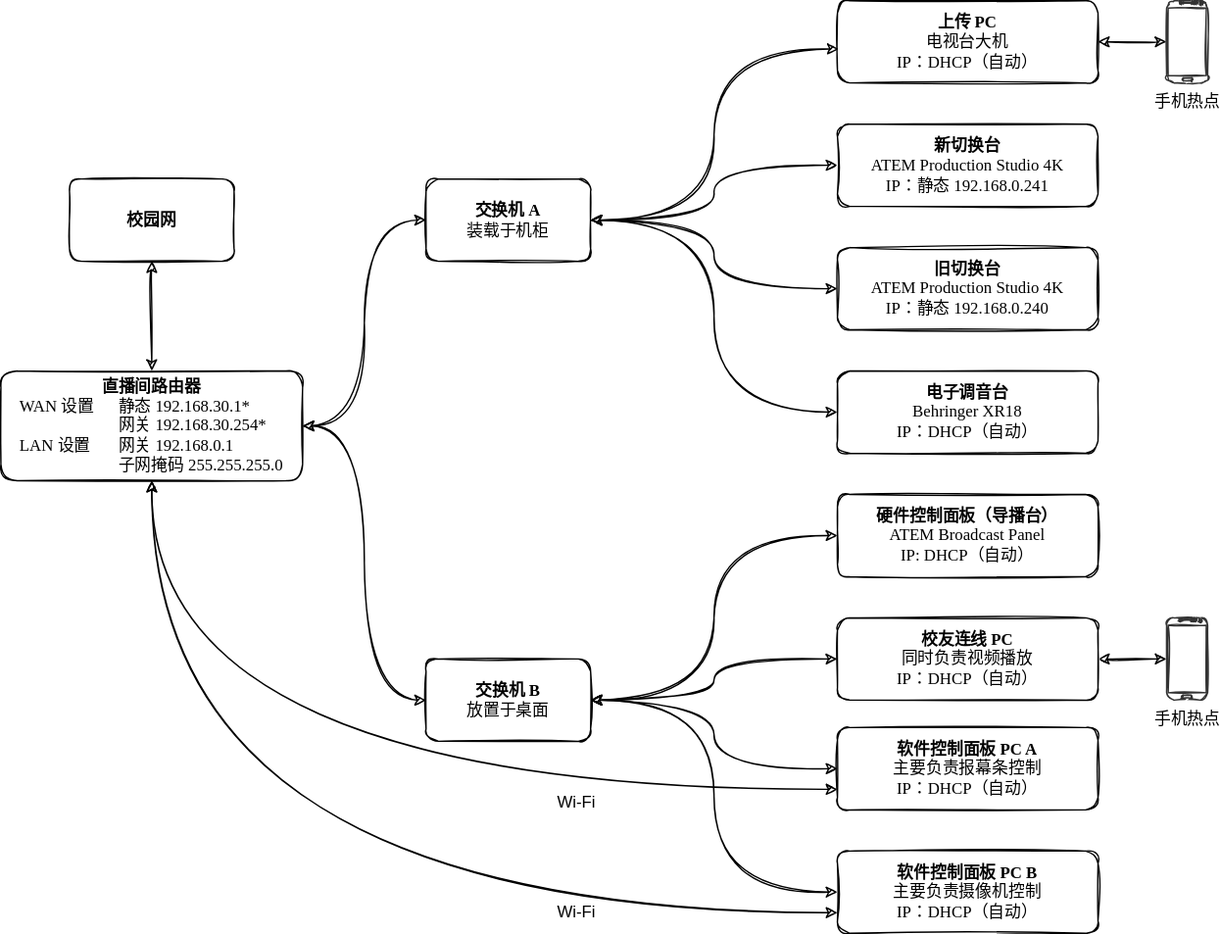
The draw.io diagram docs/diagrams/直播间网络设备连线 - 建议.svg in xiaoxuan010/HFLive-Technical-Document-2021, before a commit. Source tidied: cells renumbered, new cells last; positions are measured from the earlier drawing's top-left corner, leaving out a move shared by most shapes.
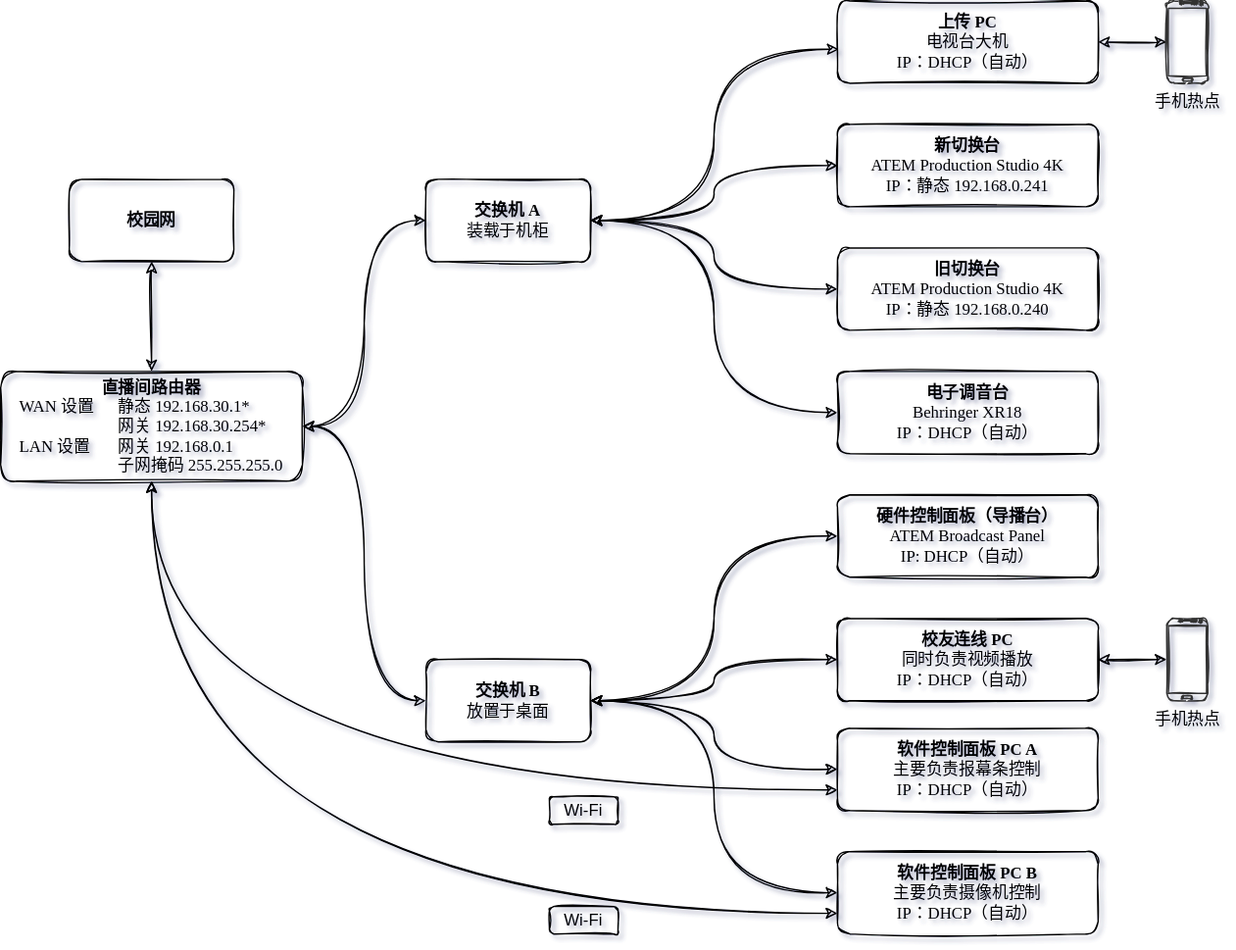
After the change.

Change to the diagram source:
```diff
@@ -1,4 +1,4 @@
-<mxGraphModel>
+<mxGraphModel shadow="1">
   <root>
     <mxCell id="0" />
     <mxCell id="1" parent="0" />
@@ -8,7 +8,7 @@
     <mxCell id="3" style="edgeStyle=orthogonalEdgeStyle;rounded=1;sketch=1;jettySize=auto;html=1;shadow=0;fontFamily=思源宋体,serif;startArrow=classic;startFill=1;entryX=0;entryY=0.5;entryDx=0;entryDy=0;curved=1;" parent="1" edge="1" source="4" target="16">
       <mxGeometry relative="1" as="geometry" />
     </mxCell>
-    <mxCell id="4" value="&lt;b&gt;直播间路由器&lt;/b&gt;&lt;br&gt;&lt;div style=&quot;text-align: left&quot;&gt;WAN 设置&lt;span style=&quot;white-space: pre&quot;&gt;&#9;&lt;/span&gt;静态 192.168.30.1*&lt;/div&gt;&lt;div style=&quot;text-align: left&quot;&gt;&lt;span style=&quot;white-space: pre&quot;&gt;&#9;&lt;/span&gt;&lt;span style=&quot;white-space: pre&quot;&gt;&#9;&lt;/span&gt;&lt;span style=&quot;white-space: pre&quot;&gt;&#9;&lt;/span&gt;网关 192.168.30.254*&lt;/div&gt;&lt;div style=&quot;text-align: left&quot;&gt;&lt;span&gt;LAN 设置&lt;/span&gt;&lt;span style=&quot;white-space: pre&quot;&gt;&#9;&lt;/span&gt;&lt;span&gt;网关 192.168.0.1&lt;/span&gt;&lt;/div&gt;&lt;span style=&quot;white-space: pre&quot;&gt;&lt;div style=&quot;text-align: left&quot;&gt;&lt;span&gt;&#9;&lt;/span&gt;&lt;span&gt;&#9;&lt;span style=&quot;white-space: pre&quot;&gt;&#9;&lt;/span&gt;&lt;/span&gt;&lt;span style=&quot;white-space: normal&quot;&gt;子网掩码 255.255.255.0&lt;/span&gt;&lt;/div&gt;&lt;/span&gt;" style="rounded=1;whiteSpace=wrap;html=1;sketch=1;fontFamily=思源宋体,serif;" parent="1" vertex="1">
+    <mxCell id="4" value="&lt;b&gt;直播间路由器&lt;/b&gt;&lt;br&gt;&lt;div style=&quot;text-align: left&quot;&gt;WAN 设置&lt;span style=&quot;white-space: pre&quot;&gt;&#9;&lt;/span&gt;静态 192.168.30.1*&lt;/div&gt;&lt;div style=&quot;text-align: left&quot;&gt;&lt;span style=&quot;white-space: pre&quot;&gt;&#9;&lt;/span&gt;&lt;span style=&quot;white-space: pre&quot;&gt;&#9;&lt;/span&gt;&lt;span style=&quot;white-space: pre&quot;&gt;&#9;&lt;/span&gt;网关 192.168.30.254*&lt;/div&gt;&lt;div style=&quot;text-align: left&quot;&gt;&lt;span&gt;LAN 设置&lt;/span&gt;&lt;span style=&quot;white-space: pre&quot;&gt;&#9;&lt;/span&gt;&lt;span&gt;网关 192.168.0.1&lt;/span&gt;&lt;/div&gt;&lt;span style=&quot;white-space: pre&quot;&gt;&lt;div style=&quot;text-align: left&quot;&gt;&lt;span&gt;&#9;&lt;/span&gt;&lt;span&gt;&#9;&lt;span style=&quot;white-space: pre&quot;&gt;&#9;&lt;/span&gt;&lt;/span&gt;&lt;span style=&quot;white-space: normal&quot;&gt;子网掩码 255.255.255.0&lt;/span&gt;&lt;/div&gt;&lt;/span&gt;" style="rounded=1;whiteSpace=wrap;html=1;sketch=1;fontFamily=思源宋体,serif;fillColor=none;" parent="1" vertex="1">
       <mxGeometry y="270" width="220" height="80" as="geometry" />
     </mxCell>
     <mxCell id="5" style="edgeStyle=orthogonalEdgeStyle;rounded=1;sketch=1;jettySize=auto;html=1;shadow=0;fontFamily=思源宋体,serif;startArrow=classic;startFill=1;entryX=0;entryY=0.5;entryDx=0;entryDy=0;curved=1;" parent="1" edge="1" source="8" target="11">
@@ -20,34 +20,34 @@
     <mxCell id="7" style="edgeStyle=orthogonalEdgeStyle;rounded=1;sketch=1;jettySize=auto;html=1;entryX=0;entryY=0.5;entryDx=0;entryDy=0;shadow=0;fontFamily=思源宋体,serif;startArrow=classic;startFill=1;strokeColor=default;elbow=vertical;exitX=1;exitY=0.5;exitDx=0;exitDy=0;curved=1;" parent="1" edge="1" source="8" target="27">
       <mxGeometry relative="1" as="geometry" />
     </mxCell>
-    <mxCell id="8" value="&lt;b&gt;交换机 A&lt;/b&gt;&lt;br&gt;装载于机柜" style="rounded=1;whiteSpace=wrap;html=1;sketch=1;fontFamily=思源宋体,serif;" parent="1" vertex="1">
+    <mxCell id="8" value="&lt;b&gt;交换机 A&lt;/b&gt;&lt;br&gt;装载于机柜" style="rounded=1;whiteSpace=wrap;html=1;sketch=1;fontFamily=思源宋体,serif;fillColor=none;" parent="1" vertex="1">
       <mxGeometry x="310" y="130" width="120" height="60" as="geometry" />
     </mxCell>
     <mxCell id="9" style="edgeStyle=orthogonalEdgeStyle;rounded=1;sketch=1;jettySize=auto;html=1;fontFamily=思源宋体,serif;shadow=0;backgroundOutline=0;orthogonal=0;flowAnimation=0;noJump=1;perimeterSpacing=0;startArrow=classic;startFill=1;curved=1;" parent="1" edge="1" source="10" target="4">
       <mxGeometry relative="1" as="geometry" />
     </mxCell>
-    <mxCell id="10" value="&lt;b&gt;校园网&lt;/b&gt;" style="whiteSpace=wrap;html=1;rounded=1;sketch=1;fontFamily=思源宋体,serif;" parent="1" vertex="1">
+    <mxCell id="10" value="&lt;b&gt;校园网&lt;/b&gt;" style="whiteSpace=wrap;html=1;rounded=1;sketch=1;fontFamily=思源宋体,serif;fillColor=none;" parent="1" vertex="1">
       <mxGeometry x="50" y="130" width="120" height="60" as="geometry" />
     </mxCell>
-    <mxCell id="11" value="&lt;b&gt;新切换台&lt;br&gt;&lt;/b&gt;ATEM Production Studio 4K&lt;br&gt;IP：静态 192.168.0.241" style="whiteSpace=wrap;html=1;fontFamily=思源宋体,serif;rounded=1;sketch=1;" parent="1" vertex="1">
+    <mxCell id="11" value="&lt;b&gt;新切换台&lt;br&gt;&lt;/b&gt;ATEM Production Studio 4K&lt;br&gt;IP：静态 192.168.0.241" style="whiteSpace=wrap;html=1;fontFamily=思源宋体,serif;rounded=1;sketch=1;fillColor=none;" parent="1" vertex="1">
       <mxGeometry x="610" y="90" width="190" height="60" as="geometry" />
     </mxCell>
     <mxCell id="12" style="edgeStyle=orthogonalEdgeStyle;rounded=1;sketch=1;jettySize=auto;html=1;shadow=0;fontFamily=思源宋体,serif;startArrow=classic;startFill=1;entryX=1;entryY=0.5;entryDx=0;entryDy=0;curved=1;" parent="1" edge="1" source="13" target="8">
       <mxGeometry relative="1" as="geometry" />
     </mxCell>
-    <mxCell id="13" value="&lt;b&gt;旧切换台&lt;br&gt;&lt;/b&gt;ATEM Production Studio 4K&lt;br&gt;IP：静态 192.168.0.240" style="whiteSpace=wrap;html=1;fontFamily=思源宋体,serif;rounded=1;sketch=1;" parent="1" vertex="1">
+    <mxCell id="13" value="&lt;b&gt;旧切换台&lt;br&gt;&lt;/b&gt;ATEM Production Studio 4K&lt;br&gt;IP：静态 192.168.0.240" style="whiteSpace=wrap;html=1;fontFamily=思源宋体,serif;rounded=1;sketch=1;fillColor=none;" parent="1" vertex="1">
       <mxGeometry x="610" y="180" width="190" height="60" as="geometry" />
     </mxCell>
-    <mxCell id="14" value="&lt;b&gt;上传 PC&lt;/b&gt;&lt;br&gt;电视台大机&lt;br&gt;IP：DHCP（自动）" style="whiteSpace=wrap;html=1;rounded=1;sketch=1;fontFamily=思源宋体,serif;" parent="1" vertex="1">
+    <mxCell id="14" value="&lt;b&gt;上传 PC&lt;/b&gt;&lt;br&gt;电视台大机&lt;br&gt;IP：DHCP（自动）" style="whiteSpace=wrap;html=1;rounded=1;sketch=1;fontFamily=思源宋体,serif;fillColor=none;" parent="1" vertex="1">
       <mxGeometry x="610" width="190" height="60" as="geometry" />
     </mxCell>
     <mxCell id="15" style="edgeStyle=orthogonalEdgeStyle;rounded=1;sketch=1;jettySize=auto;html=1;shadow=0;fontFamily=思源宋体,serif;startArrow=classic;startFill=1;curved=1;entryX=0;entryY=0.5;entryDx=0;entryDy=0;" parent="1" edge="1" source="16" target="17">
       <mxGeometry relative="1" as="geometry" />
     </mxCell>
-    <mxCell id="16" value="&lt;b&gt;交换机 B&lt;/b&gt;&lt;br&gt;放置于桌面" style="whiteSpace=wrap;html=1;fontFamily=思源宋体,serif;rounded=1;sketch=1;" parent="1" vertex="1">
+    <mxCell id="16" value="&lt;b&gt;交换机 B&lt;/b&gt;&lt;br&gt;放置于桌面" style="whiteSpace=wrap;html=1;fontFamily=思源宋体,serif;rounded=1;sketch=1;fillColor=none;" parent="1" vertex="1">
       <mxGeometry x="310" y="480" width="120" height="60" as="geometry" />
     </mxCell>
-    <mxCell id="17" value="&lt;b&gt;硬件控制面板（导播台）&lt;/b&gt;&lt;br&gt;ATEM Broadcast Panel&lt;br&gt;IP: DHCP（自动）" style="whiteSpace=wrap;html=1;fontFamily=思源宋体,serif;rounded=1;sketch=1;" parent="1" vertex="1">
+    <mxCell id="17" value="&lt;b&gt;硬件控制面板（导播台）&lt;/b&gt;&lt;br&gt;ATEM Broadcast Panel&lt;br&gt;IP: DHCP（自动）" style="whiteSpace=wrap;html=1;fontFamily=思源宋体,serif;rounded=1;sketch=1;fillColor=none;" parent="1" vertex="1">
       <mxGeometry x="610" y="360" width="190" height="60" as="geometry" />
     </mxCell>
     <mxCell id="18" style="edgeStyle=orthogonalEdgeStyle;rounded=1;sketch=1;jettySize=auto;html=1;entryX=1;entryY=0.5;entryDx=0;entryDy=0;shadow=0;fontFamily=思源宋体,serif;startArrow=classic;startFill=1;elbow=vertical;strokeColor=default;curved=1;" parent="1" edge="1" source="20" target="16">
@@ -56,7 +56,7 @@
     <mxCell id="19" style="edgeStyle=orthogonalEdgeStyle;curved=1;sketch=1;jettySize=auto;html=1;exitX=0;exitY=0.75;exitDx=0;exitDy=0;startArrow=classic;startFill=1;" parent="1" edge="1" source="20" target="4">
       <mxGeometry relative="1" as="geometry" />
     </mxCell>
-    <mxCell id="20" value="&lt;b&gt;软件控制面板 PC A&lt;br&gt;&lt;/b&gt;主要负责报幕条控制&lt;br&gt;IP：DHCP（自动）" style="whiteSpace=wrap;html=1;rounded=1;sketch=1;fontFamily=思源宋体,serif;" parent="1" vertex="1">
+    <mxCell id="20" value="&lt;b&gt;软件控制面板 PC A&lt;br&gt;&lt;/b&gt;主要负责报幕条控制&lt;br&gt;IP：DHCP（自动）" style="whiteSpace=wrap;html=1;rounded=1;sketch=1;fontFamily=思源宋体,serif;fillColor=none;" parent="1" vertex="1">
       <mxGeometry x="610" y="530" width="190" height="60" as="geometry" />
     </mxCell>
     <mxCell id="21" style="edgeStyle=orthogonalEdgeStyle;rounded=1;sketch=1;jettySize=auto;html=1;shadow=0;fontFamily=思源宋体,serif;startArrow=classic;startFill=1;strokeColor=default;elbow=vertical;curved=1;entryX=1;entryY=0.5;entryDx=0;entryDy=0;" parent="1" edge="1" source="23" target="16">
@@ -65,7 +65,7 @@
     <mxCell id="22" style="edgeStyle=orthogonalEdgeStyle;jettySize=auto;html=1;curved=1;sketch=1;exitX=0;exitY=0.75;exitDx=0;exitDy=0;startArrow=classic;startFill=1;" parent="1" edge="1" source="23" target="4">
       <mxGeometry relative="1" as="geometry" />
     </mxCell>
-    <mxCell id="23" value="&lt;b&gt;软件控制面板 PC B&lt;br&gt;&lt;/b&gt;主要负责摄像机控制&lt;br&gt;IP：DHCP（自动）" style="whiteSpace=wrap;html=1;rounded=1;sketch=1;fontFamily=思源宋体,serif;" parent="1" vertex="1">
+    <mxCell id="23" value="&lt;b&gt;软件控制面板 PC B&lt;br&gt;&lt;/b&gt;主要负责摄像机控制&lt;br&gt;IP：DHCP（自动）" style="whiteSpace=wrap;html=1;rounded=1;sketch=1;fontFamily=思源宋体,serif;fillColor=none;" parent="1" vertex="1">
       <mxGeometry x="610" y="620" width="190" height="60" as="geometry" />
     </mxCell>
     <mxCell id="24" style="edgeStyle=orthogonalEdgeStyle;rounded=1;sketch=1;jettySize=auto;html=1;entryX=1;entryY=0.5;entryDx=0;entryDy=0;shadow=0;fontFamily=思源宋体,serif;startArrow=classic;startFill=1;strokeColor=default;elbow=vertical;curved=1;" parent="1" edge="1" source="26" target="16">
@@ -74,26 +74,26 @@
     <mxCell id="25" style="edgeStyle=orthogonalEdgeStyle;rounded=1;sketch=1;jettySize=auto;html=1;shadow=0;fontFamily=思源宋体,serif;startArrow=classic;startFill=1;strokeColor=default;elbow=vertical;curved=1;" parent="1" edge="1" source="26" target="28">
       <mxGeometry relative="1" as="geometry" />
     </mxCell>
-    <mxCell id="26" value="&lt;b&gt;校友连线 PC&lt;br&gt;&lt;/b&gt;同时负责视频播放&lt;br&gt;IP：DHCP（自动）" style="whiteSpace=wrap;html=1;rounded=1;sketch=1;fontFamily=思源宋体,serif;" parent="1" vertex="1">
+    <mxCell id="26" value="&lt;b&gt;校友连线 PC&lt;br&gt;&lt;/b&gt;同时负责视频播放&lt;br&gt;IP：DHCP（自动）" style="whiteSpace=wrap;html=1;rounded=1;sketch=1;fontFamily=思源宋体,serif;fillColor=none;" parent="1" vertex="1">
       <mxGeometry x="610" y="450" width="190" height="60" as="geometry" />
     </mxCell>
-    <mxCell id="27" value="&lt;b&gt;电子调音台&lt;br&gt;&lt;/b&gt;Behringer XR18&lt;br&gt;IP：DHCP（自动）" style="whiteSpace=wrap;html=1;fontFamily=思源宋体,serif;rounded=1;sketch=1;" parent="1" vertex="1">
+    <mxCell id="27" value="&lt;b&gt;电子调音台&lt;br&gt;&lt;/b&gt;Behringer XR18&lt;br&gt;IP：DHCP（自动）" style="whiteSpace=wrap;html=1;fontFamily=思源宋体,serif;rounded=1;sketch=1;fillColor=none;" parent="1" vertex="1">
       <mxGeometry x="610" y="270" width="190" height="60" as="geometry" />
     </mxCell>
-    <mxCell id="28" value="手机热点" style="verticalLabelPosition=bottom;verticalAlign=top;html=1;shadow=0;dashed=0;strokeWidth=1;shape=mxgraph.android.phone2;strokeColor=#333333;rounded=1;sketch=1;fontFamily=思源宋体,serif;" parent="1" vertex="1">
+    <mxCell id="28" value="手机热点" style="verticalLabelPosition=bottom;verticalAlign=top;html=1;shadow=0;dashed=0;strokeWidth=1;shape=mxgraph.android.phone2;strokeColor=#333333;rounded=1;sketch=1;fontFamily=思源宋体,serif;fillColor=none;" parent="1" vertex="1">
       <mxGeometry x="850" y="450" width="30" height="60" as="geometry" />
     </mxCell>
     <mxCell id="29" style="edgeStyle=orthogonalEdgeStyle;rounded=1;sketch=1;jettySize=auto;html=1;entryX=1;entryY=0.5;entryDx=0;entryDy=0;shadow=0;fontFamily=思源宋体,serif;startArrow=classic;startFill=1;strokeColor=default;elbow=vertical;curved=1;" parent="1" edge="1" source="30" target="14">
       <mxGeometry relative="1" as="geometry" />
     </mxCell>
-    <mxCell id="30" value="手机热点" style="verticalLabelPosition=bottom;verticalAlign=top;html=1;shadow=0;dashed=0;strokeWidth=1;shape=mxgraph.android.phone2;strokeColor=#333333;rounded=1;sketch=1;fontFamily=思源宋体,serif;" parent="1" vertex="1">
+    <mxCell id="30" value="手机热点" style="verticalLabelPosition=bottom;verticalAlign=top;html=1;shadow=0;dashed=0;strokeWidth=1;shape=mxgraph.android.phone2;strokeColor=#333333;rounded=1;sketch=1;fontFamily=思源宋体,serif;fillColor=none;" parent="1" vertex="1">
       <mxGeometry x="850" width="30" height="60" as="geometry" />
     </mxCell>
-    <mxCell id="31" value="Wi-Fi" style="text;html=1;strokeColor=none;fillColor=none;align=center;verticalAlign=middle;whiteSpace=wrap;rounded=0;" parent="1" vertex="1">
-      <mxGeometry x="390" y="570" width="60" height="30" as="geometry" />
+    <mxCell id="31" value="Wi-Fi" style="text;html=1;strokeColor=default;fillColor=none;align=center;verticalAlign=middle;whiteSpace=wrap;rounded=1;sketch=1;" parent="1" vertex="1">
+      <mxGeometry x="400" y="580" width="50" height="20" as="geometry" />
     </mxCell>
-    <mxCell id="32" value="Wi-Fi" style="text;html=1;strokeColor=none;fillColor=none;align=center;verticalAlign=middle;whiteSpace=wrap;rounded=0;" parent="1" vertex="1">
-      <mxGeometry x="390" y="650" width="60" height="30" as="geometry" />
+    <mxCell id="32" value="Wi-Fi" style="text;html=1;strokeColor=default;fillColor=none;align=center;verticalAlign=middle;whiteSpace=wrap;rounded=1;sketch=1;" parent="1" vertex="1">
+      <mxGeometry x="400" y="660" width="50" height="20" as="geometry" />
     </mxCell>
   </root>
 </mxGraphModel>
```
